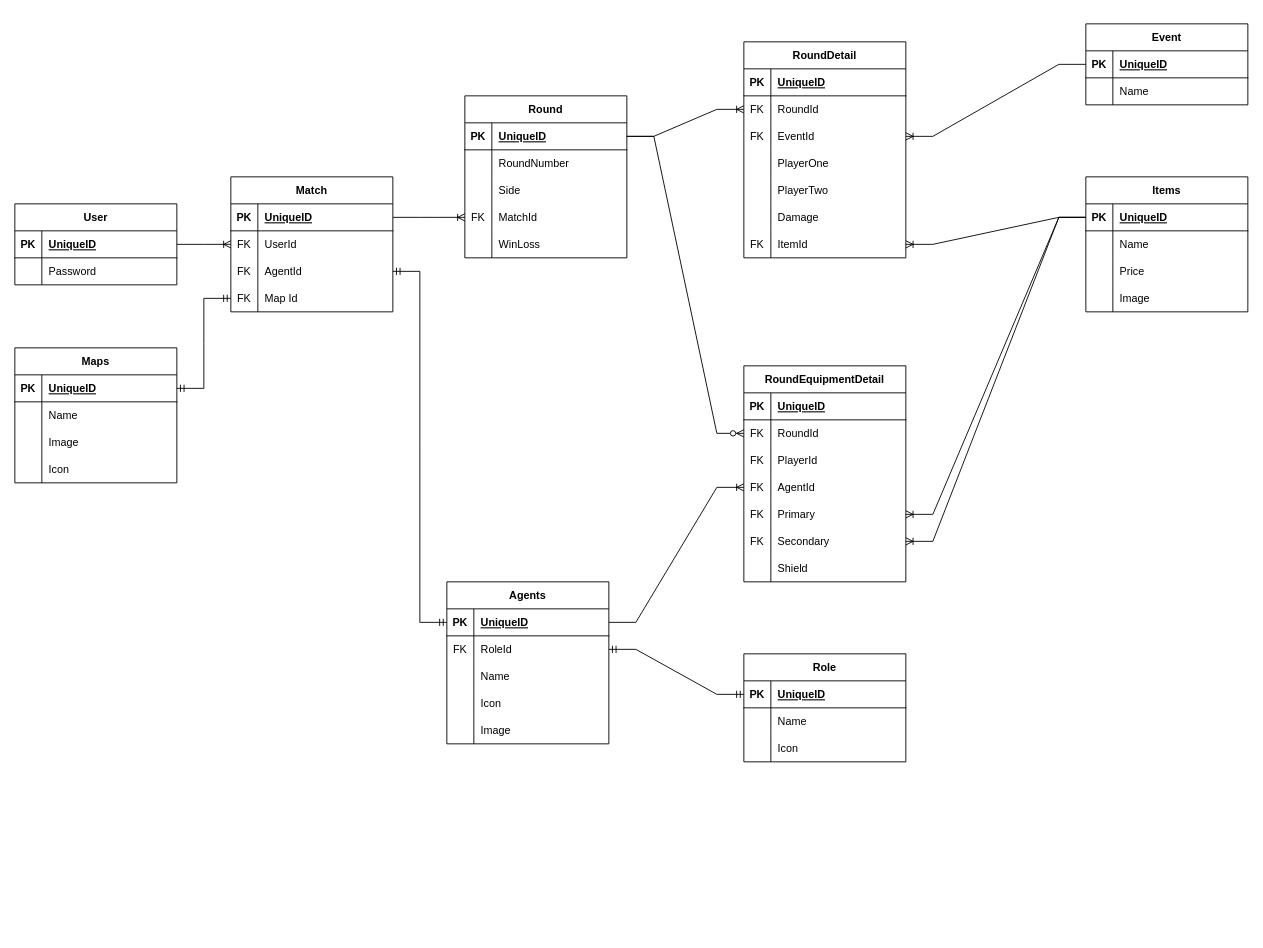
This is ERD/Valorant Data Model.drawio from Sckorpeo/project_elephant, a draw.io file, before an edit. Source tidied: cells renumbered, new cells numbered last; positions are measured from the earlier drawing's top-left corner, leaving out a move shared by most shapes. Both pictures are drawn from the tidied source at 90%, with x=0, y=0 at pixel (14, 23).
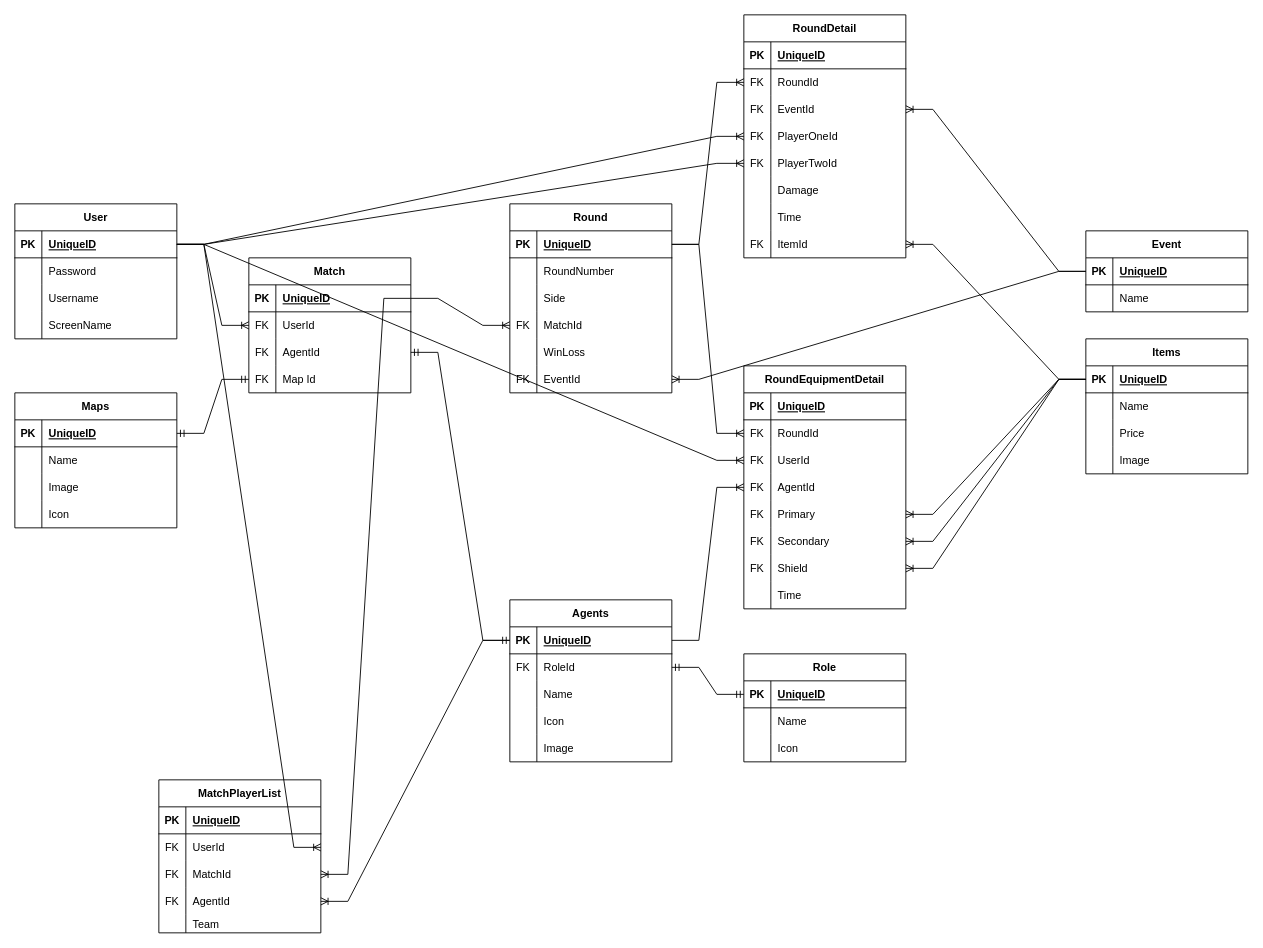
Above is the later version.

Unchanged cells that the change refers to:
```xml
<mxCell id="16" style="shape=tableRow;horizontal=0;startSize=0;swimlaneHead=0;swimlaneBody=0;fillColor=none;points=[[0,0.5],[1,0.5]];portConstraint=eastwest;top=0;left=0;right=0;bottom=1;" parent="15" vertex="1">
  <mxGeometry y="30" width="180" height="30" as="geometry" />
</mxCell>
<mxCell id="43" style="shape=tableRow;horizontal=0;startSize=0;swimlaneHead=0;swimlaneBody=0;fillColor=none;points=[[0,0.5],[1,0.5]];portConstraint=eastwest;top=0;left=0;right=0;bottom=1;" parent="42" vertex="1">
  <mxGeometry y="30" width="180" height="30" as="geometry" />
</mxCell>
<mxCell id="50" style="shape=tableRow;horizontal=0;startSize=0;swimlaneHead=0;swimlaneBody=0;fillColor=none;points=[[0,0.5],[1,0.5]];portConstraint=eastwest;top=0;left=0;right=0;bottom=1;" parent="49" vertex="1">
  <mxGeometry y="30" width="180" height="30" as="geometry" />
</mxCell>
<mxCell id="66" style="shape=tableRow;horizontal=0;startSize=0;swimlaneHead=0;swimlaneBody=0;fillColor=none;points=[[0,0.5],[1,0.5]];portConstraint=eastwest;top=0;left=0;right=0;bottom=1;" parent="65" vertex="1">
  <mxGeometry y="30" width="180" height="30" as="geometry" />
</mxCell>
<mxCell id="83" style="shape=tableRow;horizontal=0;startSize=0;swimlaneHead=0;swimlaneBody=0;fillColor=none;points=[[0,0.5],[1,0.5]];portConstraint=eastwest;top=0;left=0;right=0;bottom=1;" parent="82" vertex="1">
  <mxGeometry y="30" width="180" height="30" as="geometry" />
</mxCell>
<mxCell id="105" style="shape=tableRow;horizontal=0;startSize=0;swimlaneHead=0;swimlaneBody=0;fillColor=none;points=[[0,0.5],[1,0.5]];portConstraint=eastwest;top=0;left=0;right=0;bottom=0;" parent="95" vertex="1">
  <mxGeometry y="120" width="180" height="30" as="geometry" />
</mxCell>
<mxCell id="108" style="shape=tableRow;horizontal=0;startSize=0;swimlaneHead=0;swimlaneBody=0;fillColor=none;points=[[0,0.5],[1,0.5]];portConstraint=eastwest;top=0;left=0;right=0;bottom=0;" parent="95" vertex="1">
  <mxGeometry y="150" width="180" height="30" as="geometry" />
</mxCell>
<mxCell id="119" style="shape=tableRow;horizontal=0;startSize=0;swimlaneHead=0;swimlaneBody=0;fillColor=none;points=[[0,0.5],[1,0.5]];portConstraint=eastwest;top=0;left=0;right=0;bottom=1;" parent="118" vertex="1">
  <mxGeometry y="30" width="180" height="30" as="geometry" />
</mxCell>
<mxCell id="130" style="shape=tableRow;horizontal=0;startSize=0;swimlaneHead=0;swimlaneBody=0;fillColor=none;points=[[0,0.5],[1,0.5]];portConstraint=eastwest;top=0;left=0;right=0;bottom=0;" parent="126" vertex="1">
  <mxGeometry y="60" width="180" height="30" as="geometry" />
</mxCell>
<mxCell id="133" style="shape=tableRow;horizontal=0;startSize=0;swimlaneHead=0;swimlaneBody=0;fillColor=none;points=[[0,0.5],[1,0.5]];portConstraint=eastwest;top=0;left=0;right=0;bottom=0;" parent="126" vertex="1">
  <mxGeometry y="90" width="180" height="30" as="geometry" />
</mxCell>
<mxCell id="145" style="shape=tableRow;horizontal=0;startSize=0;swimlaneHead=0;swimlaneBody=0;fillColor=none;points=[[0,0.5],[1,0.5]];portConstraint=eastwest;top=0;left=0;right=0;bottom=0;" parent="126" vertex="1">
  <mxGeometry y="210" width="180" height="30" as="geometry" />
</mxCell>
```

The edit, as a diff of the source:
```diff
@@
     <mxCell id="2" value="Maps" style="shape=table;startSize=30;childLayout=tableLayout;rowLines=0;fontStyle=1;align=center;" parent="1" vertex="1">
-      <mxGeometry y="360" width="180" height="150" as="geometry" />
+      <mxGeometry y="410" width="180" height="150" as="geometry" />
     </mxCell>
@@
     <mxCell id="15" value="Agents" style="shape=table;startSize=30;childLayout=tableLayout;rowLines=0;fontStyle=1;align=center;" parent="1" vertex="1">
-      <mxGeometry x="480" y="620" width="180" height="180" as="geometry" />
+      <mxGeometry x="550" y="640" width="180" height="180" as="geometry" />
     </mxCell>
@@
     <mxCell id="42" value="User" style="shape=table;startSize=30;childLayout=tableLayout;rowLines=0;fontStyle=1;align=center;" parent="1" vertex="1">
-      <mxGeometry y="200" width="180" height="90" as="geometry" />
+      <mxGeometry y="200" width="180" height="150" as="geometry" />
     </mxCell>
@@
+    <mxCell id="153" style="shape=tableRow;horizontal=0;startSize=0;swimlaneHead=0;swimlaneBody=0;fillColor=none;top=0;left=0;right=0;bottom=0;" parent="42" vertex="1">
+      <mxGeometry y="60" width="180" height="30" as="geometry" />
+    </mxCell>
+    <mxCell id="154" style="shape=partialRectangle;fillColor=none;top=0;left=0;bottom=0;right=0;overflow=hidden;" parent="153" vertex="1">
+      <mxGeometry width="30" height="30" as="geometry" />
+    </mxCell>
+    <mxCell id="155" value="Password" style="shape=partialRectangle;fillColor=none;top=0;left=0;bottom=0;right=0;align=left;spacingLeft=6;overflow=hidden;" parent="153" vertex="1">
+      <mxGeometry x="30" width="150" height="30" as="geometry" />
+    </mxCell>
+    <mxCell id="156" style="shape=tableRow;horizontal=0;startSize=0;swimlaneHead=0;swimlaneBody=0;fillColor=none;top=0;left=0;right=0;bottom=0;" parent="42" vertex="1">
+      <mxGeometry y="90" width="180" height="30" as="geometry" />
+    </mxCell>
+    <mxCell id="157" style="shape=partialRectangle;fillColor=none;top=0;left=0;bottom=0;right=0;overflow=hidden;" parent="156" vertex="1">
+      <mxGeometry width="30" height="30" as="geometry" />
+    </mxCell>
+    <mxCell id="158" value="Username" style="shape=partialRectangle;fillColor=none;top=0;left=0;bottom=0;right=0;align=left;spacingLeft=6;overflow=hidden;" parent="156" vertex="1">
+      <mxGeometry x="30" width="150" height="30" as="geometry" />
+    </mxCell>
     <mxCell id="46" style="shape=tableRow;horizontal=0;startSize=0;swimlaneHead=0;swimlaneBody=0;fillColor=none;top=0;left=0;right=0;bottom=0;" parent="42" vertex="1">
-      <mxGeometry y="60" width="180" height="30" as="geometry" />
+      <mxGeometry y="120" width="180" height="30" as="geometry" />
     </mxCell>
@@
-    <mxCell id="48" value="Password" style="shape=partialRectangle;fillColor=none;top=0;left=0;bottom=0;right=0;align=left;spacingLeft=6;overflow=hidden;" parent="46" vertex="1">
+    <mxCell id="48" value="ScreenName" style="shape=partialRectangle;fillColor=none;top=0;left=0;bottom=0;right=0;align=left;spacingLeft=6;overflow=hidden;" parent="46" vertex="1">
       <mxGeometry x="30" width="150" height="30" as="geometry" />
     </mxCell>
     <mxCell id="49" value="Match" style="shape=table;startSize=30;childLayout=tableLayout;rowLines=0;fontStyle=1;align=center;" parent="1" vertex="1">
-      <mxGeometry x="240" y="170" width="180" height="150" as="geometry" />
+      <mxGeometry x="260" y="260" width="180" height="150" as="geometry" />
     </mxCell>
@@
     <mxCell id="65" value="Round" style="shape=table;startSize=30;childLayout=tableLayout;rowLines=0;fontStyle=1;align=center;" parent="1" vertex="1">
-      <mxGeometry x="500" y="80" width="180" height="180" as="geometry" />
+      <mxGeometry x="550" y="200" width="180" height="210" as="geometry" />
     </mxCell>
@@
+    <mxCell id="159" style="shape=tableRow;horizontal=0;startSize=0;swimlaneHead=0;swimlaneBody=0;fillColor=none;points=[[0,0.5],[1,0.5]];portConstraint=eastwest;top=0;left=0;right=0;bottom=0;" parent="65" vertex="1">
+      <mxGeometry y="180" width="180" height="30" as="geometry" />
+    </mxCell>
+    <mxCell id="160" value="FK" style="shape=partialRectangle;fillColor=none;top=0;left=0;bottom=0;right=0;overflow=hidden;" parent="159" vertex="1">
+      <mxGeometry width="30" height="30" as="geometry" />
+    </mxCell>
+    <mxCell id="161" value="EventId" style="shape=partialRectangle;fillColor=none;top=0;left=0;bottom=0;right=0;align=left;spacingLeft=6;overflow=hidden;" parent="159" vertex="1">
+      <mxGeometry x="30" width="150" height="30" as="geometry" />
+    </mxCell>
@@
     <mxCell id="82" value="Items" style="shape=table;startSize=30;childLayout=tableLayout;rowLines=0;fontStyle=1;align=center;" parent="1" vertex="1">
-      <mxGeometry x="1190" y="170" width="180" height="150" as="geometry" />
+      <mxGeometry x="1190" y="350" width="180" height="150" as="geometry" />
     </mxCell>
@@
     <mxCell id="95" value="RoundDetail" style="shape=table;startSize=30;childLayout=tableLayout;rowLines=0;fontStyle=1;align=center;" parent="1" vertex="1">
-      <mxGeometry x="810" y="20" width="180" height="240" as="geometry" />
+      <mxGeometry x="810" y="-10" width="180" height="270" as="geometry" />
     </mxCell>
@@
-    <mxCell id="106" style="shape=partialRectangle;fillColor=none;top=0;left=0;bottom=0;right=0;overflow=hidden;" parent="105" vertex="1">
+    <mxCell id="106" value="FK" style="shape=partialRectangle;fillColor=none;top=0;left=0;bottom=0;right=0;overflow=hidden;" parent="105" vertex="1">
       <mxGeometry width="30" height="30" as="geometry" />
     </mxCell>
-    <mxCell id="107" value="PlayerOne" style="shape=partialRectangle;fillColor=none;top=0;left=0;bottom=0;right=0;align=left;spacingLeft=6;overflow=hidden;" parent="105" vertex="1">
+    <mxCell id="107" value="PlayerOneId" style="shape=partialRectangle;fillColor=none;top=0;left=0;bottom=0;right=0;align=left;spacingLeft=6;overflow=hidden;" parent="105" vertex="1">
       <mxGeometry x="30" width="150" height="30" as="geometry" />
     </mxCell>
@@
-    <mxCell id="109" style="shape=partialRectangle;fillColor=none;top=0;left=0;bottom=0;right=0;overflow=hidden;" parent="108" vertex="1">
+    <mxCell id="109" value="FK" style="shape=partialRectangle;fillColor=none;top=0;left=0;bottom=0;right=0;overflow=hidden;" parent="108" vertex="1">
       <mxGeometry width="30" height="30" as="geometry" />
     </mxCell>
-    <mxCell id="110" value="PlayerTwo" style="shape=partialRectangle;fillColor=none;top=0;left=0;bottom=0;right=0;align=left;spacingLeft=6;overflow=hidden;" parent="108" vertex="1">
+    <mxCell id="110" value="PlayerTwoId" style="shape=partialRectangle;fillColor=none;top=0;left=0;bottom=0;right=0;align=left;spacingLeft=6;overflow=hidden;" parent="108" vertex="1">
       <mxGeometry x="30" width="150" height="30" as="geometry" />
     </mxCell>
@@
+    <mxCell id="162" style="shape=tableRow;horizontal=0;startSize=0;swimlaneHead=0;swimlaneBody=0;fillColor=none;top=0;left=0;right=0;bottom=0;" parent="95" vertex="1">
+      <mxGeometry y="210" width="180" height="30" as="geometry" />
+    </mxCell>
+    <mxCell id="163" style="shape=partialRectangle;fillColor=none;top=0;left=0;bottom=0;right=0;overflow=hidden;" parent="162" vertex="1">
+      <mxGeometry width="30" height="30" as="geometry" />
+    </mxCell>
+    <mxCell id="164" value="Time" style="shape=partialRectangle;fillColor=none;top=0;left=0;bottom=0;right=0;align=left;spacingLeft=6;overflow=hidden;" parent="162" vertex="1">
+      <mxGeometry x="30" width="150" height="30" as="geometry" />
+    </mxCell>
     <mxCell id="114" style="shape=tableRow;horizontal=0;startSize=0;swimlaneHead=0;swimlaneBody=0;fillColor=none;points=[[0,0.5],[1,0.5]];portConstraint=eastwest;top=0;left=0;right=0;bottom=0;" parent="95" vertex="1">
-      <mxGeometry y="210" width="180" height="30" as="geometry" />
+      <mxGeometry y="240" width="180" height="30" as="geometry" />
     </mxCell>
@@
     <mxCell id="118" value="Event" style="shape=table;startSize=30;childLayout=tableLayout;rowLines=0;fontStyle=1;align=center;" parent="1" vertex="1">
-      <mxGeometry x="1190" width="180" height="90" as="geometry" />
+      <mxGeometry x="1190" y="230" width="180" height="90" as="geometry" />
     </mxCell>
@@
     <mxCell id="126" value="RoundEquipmentDetail" style="shape=table;startSize=30;childLayout=tableLayout;rowLines=0;fontStyle=1;align=center;" parent="1" vertex="1">
-      <mxGeometry x="810" y="380" width="180" height="240" as="geometry" />
+      <mxGeometry x="810" y="380" width="180" height="270" as="geometry" />
     </mxCell>
@@
-    <mxCell id="135" value="PlayerId" style="shape=partialRectangle;fillColor=none;top=0;left=0;bottom=0;right=0;align=left;spacingLeft=6;overflow=hidden;" parent="133" vertex="1">
+    <mxCell id="135" value="UserId" style="shape=partialRectangle;fillColor=none;top=0;left=0;bottom=0;right=0;align=left;spacingLeft=6;overflow=hidden;" parent="133" vertex="1">
       <mxGeometry x="30" width="150" height="30" as="geometry" />
     </mxCell>
@@
-    <mxCell id="146" style="shape=partialRectangle;fillColor=none;top=0;left=0;bottom=0;right=0;overflow=hidden;" parent="145" vertex="1">
+    <mxCell id="146" value="FK" style="shape=partialRectangle;fillColor=none;top=0;left=0;bottom=0;right=0;overflow=hidden;" parent="145" vertex="1">
       <mxGeometry width="30" height="30" as="geometry" />
     </mxCell>
@@
-    <mxCell id="148" style="edgeStyle=entityRelationEdgeStyle;fontSize=12;html=1;endArrow=ERzeroToMany;endFill=1;rounded=0;exitX=1;exitY=0.5;exitDx=0;exitDy=0;entryX=0;entryY=0.5;entryDx=0;entryDy=0;" parent="1" edge="1" source="66" target="130">
-      <mxGeometry relative="1" as="geometry" />
-    </mxCell>
+    <mxCell id="165" style="shape=tableRow;horizontal=0;startSize=0;swimlaneHead=0;swimlaneBody=0;fillColor=none;top=0;left=0;right=0;bottom=0;" parent="126" vertex="1">
+      <mxGeometry y="240" width="180" height="30" as="geometry" />
+    </mxCell>
+    <mxCell id="166" style="shape=partialRectangle;fillColor=none;top=0;left=0;bottom=0;right=0;overflow=hidden;" parent="165" vertex="1">
+      <mxGeometry width="30" height="30" as="geometry" />
+    </mxCell>
+    <mxCell id="167" value="Time" style="shape=partialRectangle;fillColor=none;top=0;left=0;bottom=0;right=0;align=left;spacingLeft=6;overflow=hidden;" parent="165" vertex="1">
+      <mxGeometry x="30" width="150" height="30" as="geometry" />
+    </mxCell>
@@
+    <mxCell id="148" style="edgeStyle=entityRelationEdgeStyle;fontSize=12;html=1;endArrow=ERoneToMany;rounded=0;exitX=1;exitY=0.5;exitDx=0;exitDy=0;entryX=0;entryY=0.5;entryDx=0;entryDy=0;" parent="1" edge="1" source="66" target="130">
+      <mxGeometry relative="1" as="geometry" />
+    </mxCell>
+    <mxCell id="168" style="edgeStyle=entityRelationEdgeStyle;fontSize=12;html=1;endArrow=ERoneToMany;rounded=0;entryX=1;entryY=0.5;entryDx=0;entryDy=0;exitX=0;exitY=0.5;exitDx=0;exitDy=0;" parent="1" edge="1" source="119" target="159">
+      <mxGeometry relative="1" as="geometry" />
+    </mxCell>
+    <mxCell id="169" value="MatchPlayerList" style="shape=table;startSize=30;childLayout=tableLayout;rowLines=0;fontStyle=1;align=center;" parent="1" vertex="1">
+      <mxGeometry x="160" y="840" width="180" height="170" as="geometry" />
+    </mxCell>
+    <mxCell id="170" style="shape=tableRow;horizontal=0;startSize=0;swimlaneHead=0;swimlaneBody=0;fillColor=none;top=0;left=0;right=0;bottom=1;" parent="169" vertex="1">
+      <mxGeometry y="30" width="180" height="30" as="geometry" />
+    </mxCell>
+    <mxCell id="171" value="PK" style="shape=partialRectangle;fillColor=none;top=0;left=0;bottom=0;right=0;fontStyle=1;overflow=hidden;" parent="170" vertex="1">
+      <mxGeometry width="30" height="30" as="geometry" />
+    </mxCell>
+    <mxCell id="172" value="UniqueID" style="shape=partialRectangle;fillColor=none;top=0;left=0;bottom=0;right=0;align=left;spacingLeft=6;fontStyle=5;overflow=hidden;" parent="170" vertex="1">
+      <mxGeometry x="30" width="150" height="30" as="geometry" />
+    </mxCell>
+    <mxCell id="173" style="shape=tableRow;horizontal=0;startSize=0;swimlaneHead=0;swimlaneBody=0;fillColor=none;points=[[0,0.5],[1,0.5]];portConstraint=eastwest;top=0;left=0;right=0;bottom=0;" parent="169" vertex="1">
+      <mxGeometry y="60" width="180" height="30" as="geometry" />
+    </mxCell>
+    <mxCell id="174" value="FK" style="shape=partialRectangle;fillColor=none;top=0;left=0;bottom=0;right=0;overflow=hidden;" parent="173" vertex="1">
+      <mxGeometry width="30" height="30" as="geometry" />
+    </mxCell>
+    <mxCell id="175" value="UserId" style="shape=partialRectangle;fillColor=none;top=0;left=0;bottom=0;right=0;align=left;spacingLeft=6;overflow=hidden;" parent="173" vertex="1">
+      <mxGeometry x="30" width="150" height="30" as="geometry" />
+    </mxCell>
+    <mxCell id="176" style="shape=tableRow;horizontal=0;startSize=0;swimlaneHead=0;swimlaneBody=0;fillColor=none;points=[[0,0.5],[1,0.5]];portConstraint=eastwest;top=0;left=0;right=0;bottom=0;" parent="169" vertex="1">
+      <mxGeometry y="90" width="180" height="30" as="geometry" />
+    </mxCell>
+    <mxCell id="177" value="FK" style="shape=partialRectangle;fillColor=none;top=0;left=0;bottom=0;right=0;overflow=hidden;" parent="176" vertex="1">
+      <mxGeometry width="30" height="30" as="geometry" />
+    </mxCell>
+    <mxCell id="178" value="MatchId" style="shape=partialRectangle;fillColor=none;top=0;left=0;bottom=0;right=0;align=left;spacingLeft=6;overflow=hidden;" parent="176" vertex="1">
+      <mxGeometry x="30" width="150" height="30" as="geometry" />
+    </mxCell>
+    <mxCell id="179" style="shape=tableRow;horizontal=0;startSize=0;swimlaneHead=0;swimlaneBody=0;fillColor=none;points=[[0,0.5],[1,0.5]];portConstraint=eastwest;top=0;left=0;right=0;bottom=0;" parent="169" vertex="1">
+      <mxGeometry y="120" width="180" height="30" as="geometry" />
+    </mxCell>
+    <mxCell id="180" value="FK" style="shape=partialRectangle;fillColor=none;top=0;left=0;bottom=0;right=0;overflow=hidden;" parent="179" vertex="1">
+      <mxGeometry width="30" height="30" as="geometry" />
+    </mxCell>
+    <mxCell id="181" value="AgentId" style="shape=partialRectangle;fillColor=none;top=0;left=0;bottom=0;right=0;align=left;spacingLeft=6;overflow=hidden;" parent="179" vertex="1">
+      <mxGeometry x="30" width="150" height="30" as="geometry" />
+    </mxCell>
+    <mxCell id="182" style="shape=tableRow;horizontal=0;startSize=0;swimlaneHead=0;swimlaneBody=0;fillColor=none;top=0;left=0;right=0;bottom=0;" parent="169" vertex="1">
+      <mxGeometry y="150" width="180" height="20" as="geometry" />
+    </mxCell>
+    <mxCell id="183" style="shape=partialRectangle;fillColor=none;top=0;left=0;bottom=0;right=0;overflow=hidden;" parent="182" vertex="1">
+      <mxGeometry width="30" height="20" as="geometry" />
+    </mxCell>
+    <mxCell id="184" value="Team" style="shape=partialRectangle;fillColor=none;top=0;left=0;bottom=0;right=0;align=left;spacingLeft=6;overflow=hidden;" parent="182" vertex="1">
+      <mxGeometry x="30" width="150" height="20" as="geometry" />
+    </mxCell>
+    <mxCell id="185" style="edgeStyle=entityRelationEdgeStyle;fontSize=12;html=1;endArrow=ERoneToMany;rounded=0;exitX=1;exitY=0.5;exitDx=0;exitDy=0;" parent="1" edge="1" source="50" target="176">
+      <mxGeometry relative="1" as="geometry" />
+    </mxCell>
+    <mxCell id="186" style="edgeStyle=entityRelationEdgeStyle;fontSize=12;html=1;endArrow=ERoneToMany;rounded=0;entryX=1;entryY=0.5;entryDx=0;entryDy=0;exitX=0;exitY=0.5;exitDx=0;exitDy=0;" parent="1" edge="1" source="16" target="179">
+      <mxGeometry relative="1" as="geometry" />
+    </mxCell>
+    <mxCell id="187" style="edgeStyle=entityRelationEdgeStyle;fontSize=12;html=1;endArrow=ERoneToMany;rounded=0;exitX=1;exitY=0.5;exitDx=0;exitDy=0;entryX=1;entryY=0.5;entryDx=0;entryDy=0;" parent="1" edge="1" source="43" target="173">
+      <mxGeometry relative="1" as="geometry" />
+    </mxCell>
+    <mxCell id="188" style="edgeStyle=entityRelationEdgeStyle;fontSize=12;html=1;endArrow=ERoneToMany;rounded=0;entryX=0;entryY=0.5;entryDx=0;entryDy=0;exitX=1;exitY=0.5;exitDx=0;exitDy=0;" parent="1" edge="1" source="43" target="105">
+      <mxGeometry relative="1" as="geometry" />
+    </mxCell>
+    <mxCell id="189" style="edgeStyle=entityRelationEdgeStyle;fontSize=12;html=1;endArrow=ERoneToMany;rounded=0;exitX=1;exitY=0.5;exitDx=0;exitDy=0;entryX=0;entryY=0.5;entryDx=0;entryDy=0;" parent="1" edge="1" source="43" target="108">
+      <mxGeometry relative="1" as="geometry" />
+    </mxCell>
+    <mxCell id="190" style="edgeStyle=entityRelationEdgeStyle;fontSize=12;html=1;endArrow=ERoneToMany;rounded=0;entryX=1;entryY=0.5;entryDx=0;entryDy=0;exitX=0;exitY=0.5;exitDx=0;exitDy=0;" parent="1" edge="1" source="83" target="145">
+      <mxGeometry relative="1" as="geometry" />
+    </mxCell>
+    <mxCell id="191" style="edgeStyle=entityRelationEdgeStyle;fontSize=12;html=1;endArrow=ERoneToMany;rounded=0;entryX=0;entryY=0.5;entryDx=0;entryDy=0;exitX=1;exitY=0.5;exitDx=0;exitDy=0;" parent="1" edge="1" source="43" target="133">
+      <mxGeometry relative="1" as="geometry" />
+    </mxCell>
```
